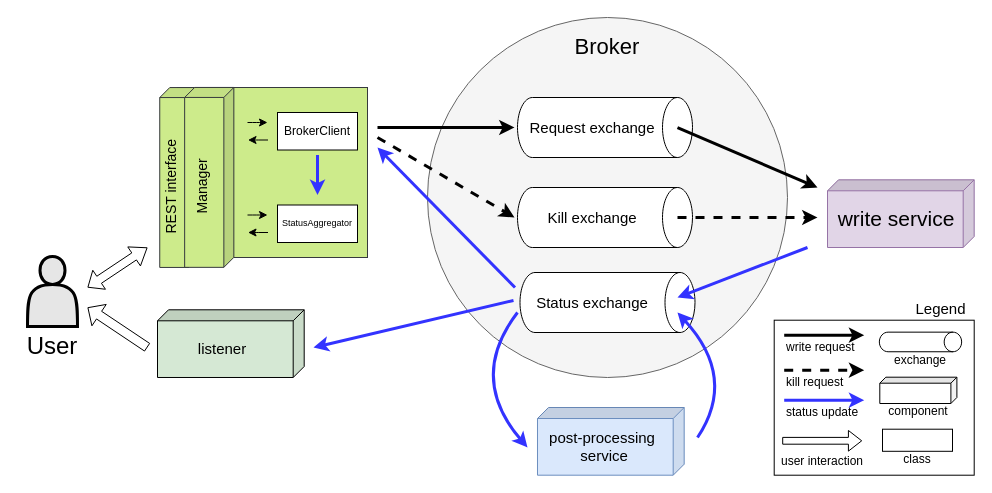
Before: page "user_interaction_flow" (2 of 3) of docs/diagrams.drawio in paulscherrerinstitute/std_daq_service, a draw.io diagram. Source tidied: cells renumbered, new cells numbered last; positions are measured from the earlier drawing's top-left corner, leaving out a move shared by most shapes. Both pictures are drawn from the tidied source at 100%, with x=0, y=0 at pixel (17, 17).
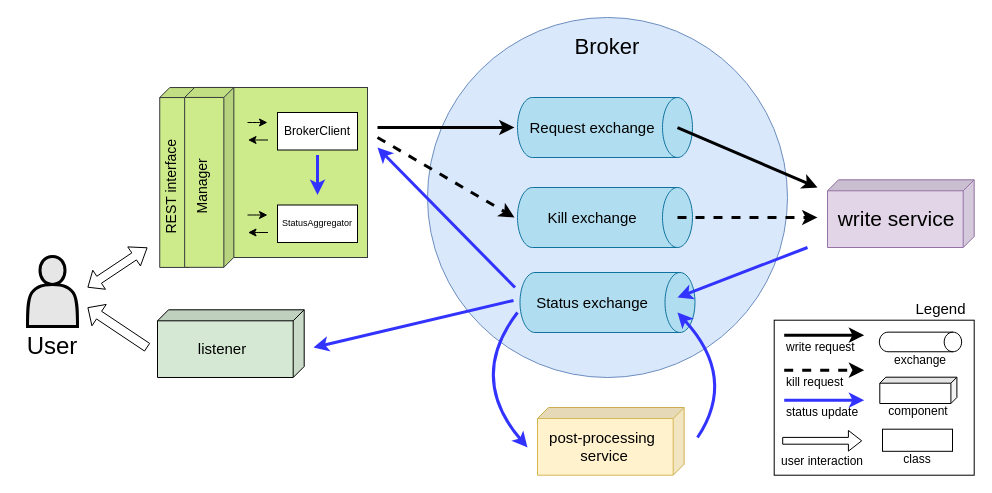
The same page after the edit.

Commit message:
Update color schema on user interaction flow

The change refers to these unchanged cells:
```xml
<mxCell id="9" style="group;" parent="1" vertex="1">
  <mxGeometry x="500" y="80" width="175" height="60" as="geometry" />
</mxCell>
<mxCell id="12" style="group;" parent="1" vertex="1">
  <mxGeometry x="500" y="170" width="175" height="60" as="geometry" />
</mxCell>
<mxCell id="15" style="group;" parent="1" vertex="1">
  <mxGeometry x="502.5" y="255" width="175" height="60" as="geometry" />
</mxCell>
<mxCell id="43" style="group;spacing=2;fontSize=10;" parent="1" vertex="1">
  <mxGeometry x="520" y="390" width="146.7" height="67.7" as="geometry" />
</mxCell>
```

What changed in the source:
```diff
@@
-    <mxCell id="2" style="ellipse;whiteSpace=wrap;html=1;fillColor=#f5f5f5;strokeColor=#666666;fontColor=#333333;" parent="1" vertex="1">
+    <mxCell id="2" style="ellipse;whiteSpace=wrap;html=1;fillColor=#dae8fc;strokeColor=#6c8ebf;" parent="1" vertex="1">
       <mxGeometry x="410" width="360" height="360" as="geometry" />
     </mxCell>
@@
-    <mxCell id="10" style="shape=cylinder3;whiteSpace=wrap;html=1;boundedLbl=1;backgroundOutline=1;size=15;fontSize=22;fontColor=#000000;align=left;rotation=90;" parent="9" vertex="1">
+    <mxCell id="10" style="shape=cylinder3;whiteSpace=wrap;html=1;boundedLbl=1;backgroundOutline=1;size=15;fontSize=22;align=left;rotation=90;fillColor=#b1ddf0;strokeColor=#10739e;" parent="9" vertex="1">
       <mxGeometry x="57.5" y="-57.5" width="60" height="175" as="geometry" />
     </mxCell>
@@
-    <mxCell id="13" style="shape=cylinder3;whiteSpace=wrap;html=1;boundedLbl=1;backgroundOutline=1;size=15;fontSize=22;fontColor=#000000;align=left;rotation=90;" parent="12" vertex="1">
+    <mxCell id="13" style="shape=cylinder3;whiteSpace=wrap;html=1;boundedLbl=1;backgroundOutline=1;size=15;fontSize=22;align=left;rotation=90;fillColor=#b1ddf0;strokeColor=#10739e;" parent="12" vertex="1">
       <mxGeometry x="57.5" y="-57.5" width="60" height="175" as="geometry" />
     </mxCell>
@@
-    <mxCell id="16" style="shape=cylinder3;whiteSpace=wrap;html=1;boundedLbl=1;backgroundOutline=1;size=15;fontSize=22;fontColor=#000000;align=left;rotation=90;" parent="15" vertex="1">
+    <mxCell id="16" style="shape=cylinder3;whiteSpace=wrap;html=1;boundedLbl=1;backgroundOutline=1;size=15;fontSize=22;align=left;rotation=90;fillColor=#b1ddf0;strokeColor=#10739e;" parent="15" vertex="1">
       <mxGeometry x="57.5" y="-57.5" width="60" height="175" as="geometry" />
     </mxCell>
@@
-    <mxCell id="44" style="shape=cube;whiteSpace=wrap;html=1;boundedLbl=1;backgroundOutline=1;darkOpacity=0.05;darkOpacity2=0.1;rotation=90;size=11;fillColor=#dae8fc;strokeColor=#6c8ebf;" parent="43" vertex="1">
+    <mxCell id="44" style="shape=cube;whiteSpace=wrap;html=1;boundedLbl=1;backgroundOutline=1;darkOpacity=0.05;darkOpacity2=0.1;rotation=90;size=11;fillColor=#fff2cc;strokeColor=#d6b656;" parent="43" vertex="1">
       <mxGeometry x="39.5" y="-39.5" width="67.7" height="146.7" as="geometry" />
     </mxCell>
```
